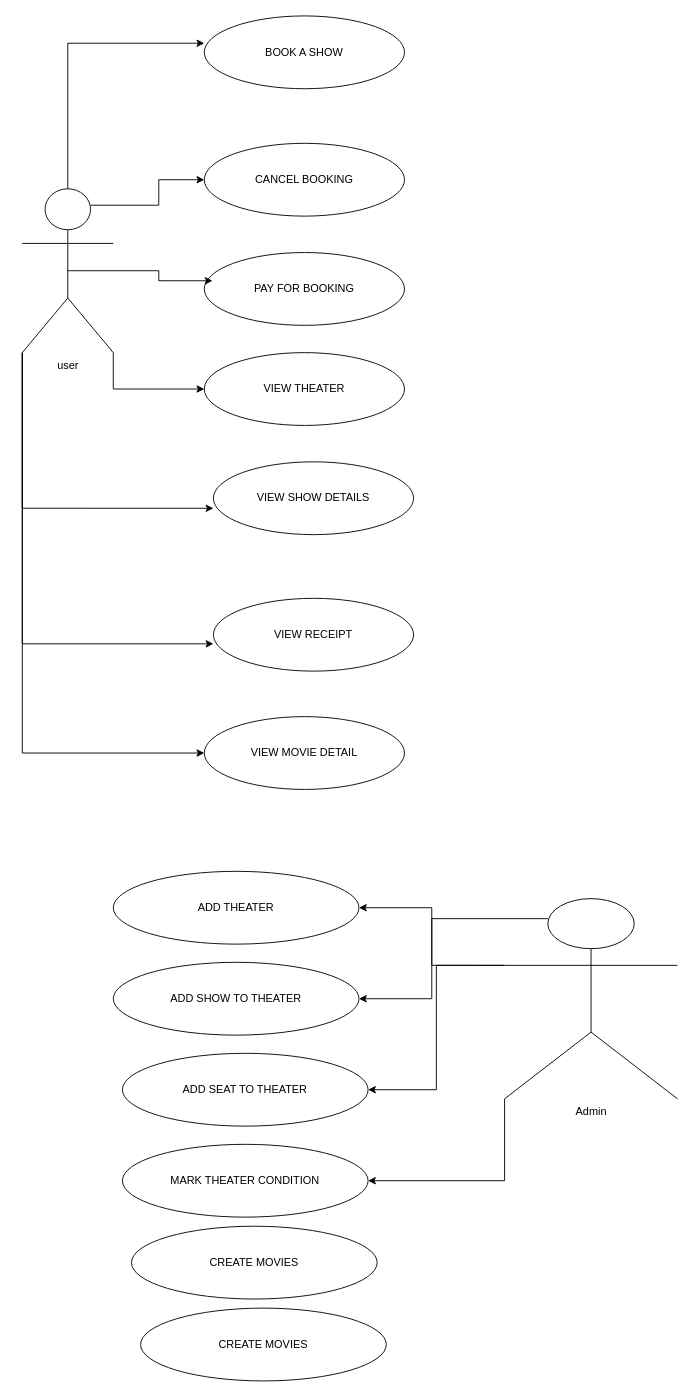
444notdotun/CinemaBookingApp keeps this draw.io diagram as page "Page-2" (2 of 3) of CinemaBookingApp/CinemaBookingApp UseCase.drawio. Above is the earlier version. Source tidied: cells renumbered, new cells numbered last; positions are measured from the earlier drawing's top-left corner, leaving out a move shared by most shapes. Both pictures are drawn from the tidied source at 91%, with x=0, y=0 at pixel (22, 15).
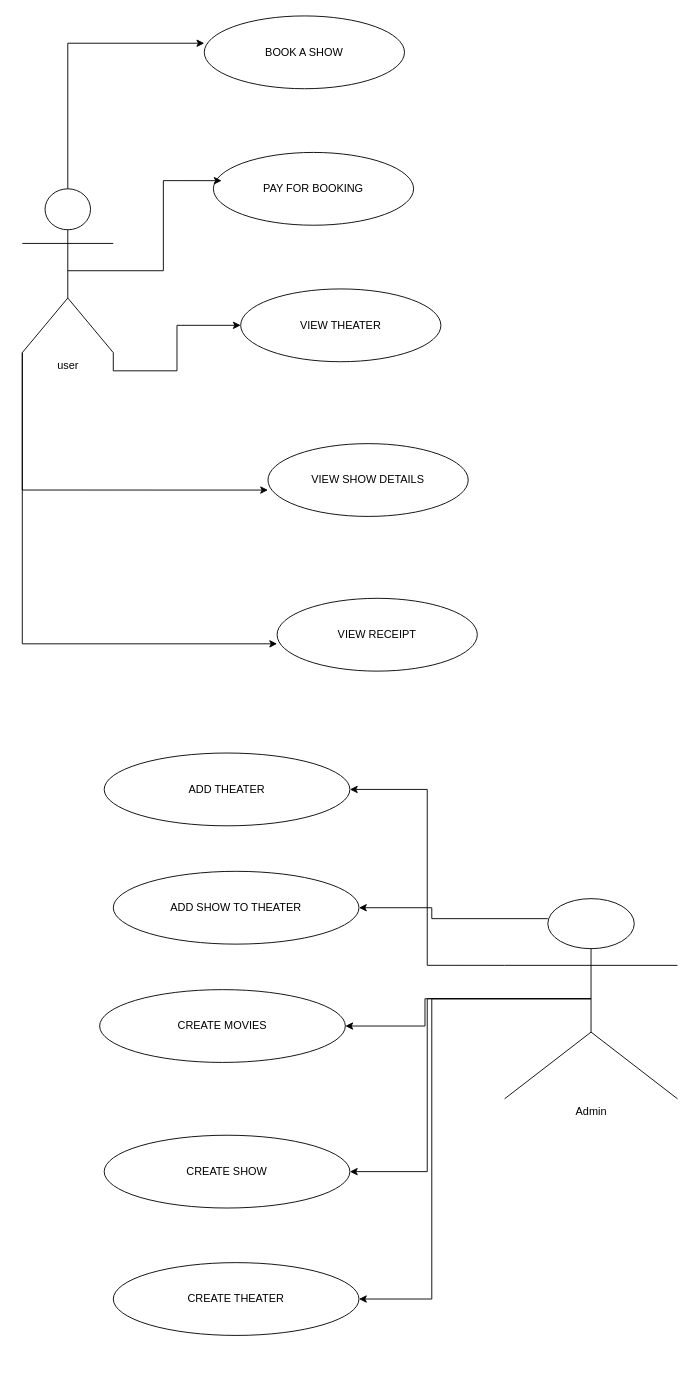
After the change.

Unchanged cells that the change refers to:
```xml
<mxCell id="10" value="user" style="shape=umlActor;verticalLabelPosition=bottom;verticalAlign=top;html=1;outlineConnect=0;" parent="1" vertex="1">
  <mxGeometry y="190" width="100" height="180" as="geometry" />
</mxCell>
<mxCell id="21" value="Admin" style="shape=umlActor;verticalLabelPosition=bottom;verticalAlign=top;html=1;outlineConnect=0;" parent="1" vertex="1">
  <mxGeometry x="530" y="970" width="190" height="220" as="geometry" />
</mxCell>
```

Change to the diagram source:
```diff
@@
     <mxCell id="2" value="VIEW THEATER" style="ellipse;whiteSpace=wrap;html=1;" parent="1" vertex="1">
-      <mxGeometry x="200" y="370" width="220" height="80" as="geometry" />
+      <mxGeometry x="240" y="300" width="220" height="80" as="geometry" />
     </mxCell>
     <mxCell id="3" value="PAY FOR BOOKING" style="ellipse;whiteSpace=wrap;html=1;" parent="1" vertex="1">
-      <mxGeometry x="200" y="260" width="220" height="80" as="geometry" />
+      <mxGeometry x="210" y="150" width="220" height="80" as="geometry" />
     </mxCell>
-    <mxCell id="4" value="CANCEL BOOKING" style="ellipse;whiteSpace=wrap;html=1;" parent="1" vertex="1">
-      <mxGeometry x="200" y="140" width="220" height="80" as="geometry" />
-    </mxCell>
@@
     <mxCell id="6" value="VIEW SHOW DETAILS" style="ellipse;whiteSpace=wrap;html=1;" parent="1" vertex="1">
-      <mxGeometry x="210" y="490" width="220" height="80" as="geometry" />
+      <mxGeometry x="270" y="470" width="220" height="80" as="geometry" />
     </mxCell>
-    <mxCell id="7" style="edgeStyle=orthogonalEdgeStyle;rounded=0;jettySize=auto;html=1;exitX=0.75;exitY=0.1;exitDx=0;exitDy=0;exitPerimeter=0;entryX=0;entryY=0.5;entryDx=0;entryDy=0;" parent="1" edge="1" source="10" target="4">
-      <mxGeometry relative="1" as="geometry" />
-    </mxCell>
@@
-    <mxCell id="9" style="edgeStyle=orthogonalEdgeStyle;rounded=0;jettySize=auto;html=1;exitX=0;exitY=1;exitDx=0;exitDy=0;exitPerimeter=0;entryX=0;entryY=0.5;entryDx=0;entryDy=0;" parent="1" edge="1" source="10" target="16">
-      <mxGeometry relative="1" as="geometry" />
-    </mxCell>
@@
     <mxCell id="14" value="VIEW RECEIPT" style="ellipse;whiteSpace=wrap;html=1;" parent="1" vertex="1">
-      <mxGeometry x="210" y="640" width="220" height="80" as="geometry" />
+      <mxGeometry x="280" y="640" width="220" height="80" as="geometry" />
     </mxCell>
@@
-    <mxCell id="16" value="VIEW MOVIE DETAIL" style="ellipse;whiteSpace=wrap;html=1;" parent="1" vertex="1">
-      <mxGeometry x="200" y="770" width="220" height="80" as="geometry" />
-    </mxCell>
@@
-    <mxCell id="19" style="edgeStyle=orthogonalEdgeStyle;rounded=0;jettySize=auto;html=1;exitX=0;exitY=0.3333333333333333;exitDx=0;exitDy=0;exitPerimeter=0;entryX=1;entryY=0.5;entryDx=0;entryDy=0;" parent="1" edge="1" source="21" target="24">
-      <mxGeometry relative="1" as="geometry" />
-    </mxCell>
-    <mxCell id="20" style="edgeStyle=orthogonalEdgeStyle;rounded=0;jettySize=auto;html=1;exitX=0;exitY=1;exitDx=0;exitDy=0;exitPerimeter=0;entryX=1;entryY=0.5;entryDx=0;entryDy=0;" parent="1" edge="1" source="21" target="25">
-      <mxGeometry relative="1" as="geometry" />
-    </mxCell>
+    <mxCell id="28" style="edgeStyle=orthogonalEdgeStyle;rounded=0;jettySize=auto;html=1;exitX=0.5;exitY=0.5;exitDx=0;exitDy=0;exitPerimeter=0;entryX=1;entryY=0.5;entryDx=0;entryDy=0;" parent="1" edge="1" source="21" target="26">
+      <mxGeometry relative="1" as="geometry" />
+    </mxCell>
+    <mxCell id="29" style="edgeStyle=orthogonalEdgeStyle;rounded=0;jettySize=auto;html=1;exitX=0.5;exitY=0.5;exitDx=0;exitDy=0;exitPerimeter=0;entryX=1;entryY=0.5;entryDx=0;entryDy=0;" parent="1" edge="1" source="21" target="31">
+      <mxGeometry relative="1" as="geometry" />
+    </mxCell>
+    <mxCell id="30" style="edgeStyle=orthogonalEdgeStyle;rounded=0;jettySize=auto;html=1;exitX=0.5;exitY=0.5;exitDx=0;exitDy=0;exitPerimeter=0;entryX=1;entryY=0.5;entryDx=0;entryDy=0;" parent="1" edge="1" source="21" target="32">
+      <mxGeometry relative="1" as="geometry" />
+    </mxCell>
@@
     <mxCell id="22" value="ADD THEATER" style="ellipse;whiteSpace=wrap;html=1;" parent="1" vertex="1">
-      <mxGeometry x="100" y="940" width="270" height="80" as="geometry" />
+      <mxGeometry x="90" y="810" width="270" height="80" as="geometry" />
     </mxCell>
     <mxCell id="23" value="ADD SHOW TO THEATER" style="ellipse;whiteSpace=wrap;html=1;" parent="1" vertex="1">
-      <mxGeometry x="100" y="1040" width="270" height="80" as="geometry" />
+      <mxGeometry x="100" y="940" width="270" height="80" as="geometry" />
     </mxCell>
-    <mxCell id="24" value="ADD SEAT TO THEATER" style="ellipse;whiteSpace=wrap;html=1;" parent="1" vertex="1">
-      <mxGeometry x="110" y="1140" width="270" height="80" as="geometry" />
-    </mxCell>
-    <mxCell id="25" value="MARK THEATER CONDITION" style="ellipse;whiteSpace=wrap;html=1;" parent="1" vertex="1">
-      <mxGeometry x="110" y="1240" width="270" height="80" as="geometry" />
-    </mxCell>
     <mxCell id="26" value="CREATE MOVIES" style="ellipse;whiteSpace=wrap;html=1;" parent="1" vertex="1">
-      <mxGeometry x="120" y="1330" width="270" height="80" as="geometry" />
+      <mxGeometry x="85" y="1070" width="270" height="80" as="geometry" />
     </mxCell>
-    <mxCell id="27" value="CREATE MOVIES" style="ellipse;whiteSpace=wrap;html=1;" parent="1" vertex="1">
-      <mxGeometry x="130" y="1420" width="270" height="80" as="geometry" />
-    </mxCell>
+    <mxCell id="31" value="CREATE SHOW" style="ellipse;whiteSpace=wrap;html=1;" parent="1" vertex="1">
+      <mxGeometry x="90" y="1230" width="270" height="80" as="geometry" />
+    </mxCell>
+    <mxCell id="32" value="CREATE THEATER" style="ellipse;whiteSpace=wrap;html=1;" parent="1" vertex="1">
+      <mxGeometry x="100" y="1370" width="270" height="80" as="geometry" />
+    </mxCell>
```
